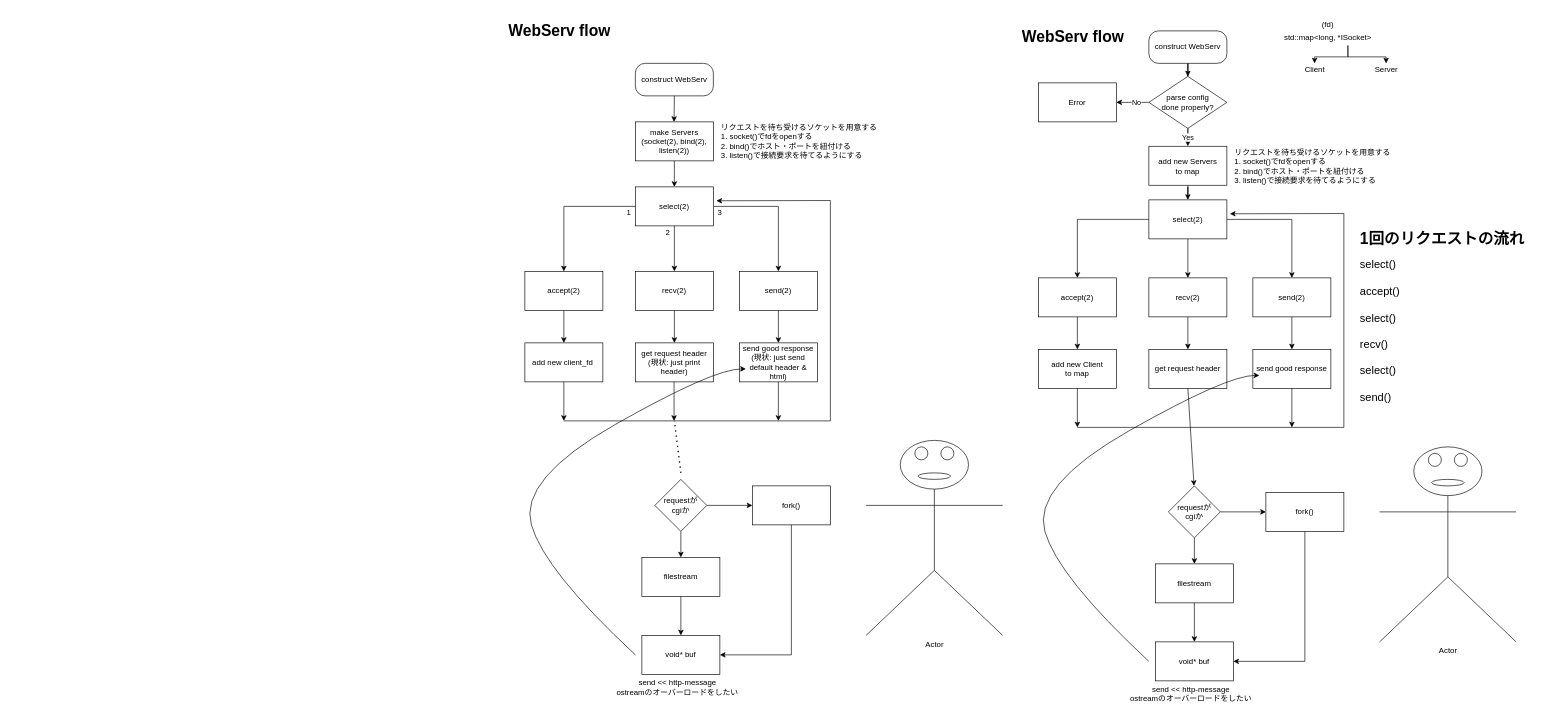
The draw.io diagram page "ページ2" (2 of 2) of docs/flow.dio in tkomatsu/webserv, before the edit. Source tidied: cells renumbered, new cells numbered last; positions are measured from the earlier drawing's top-left corner, leaving out a move shared by most shapes. Both pictures are drawn from the tidied source at 65%, with x=0, y=0 at pixel (11, 18).
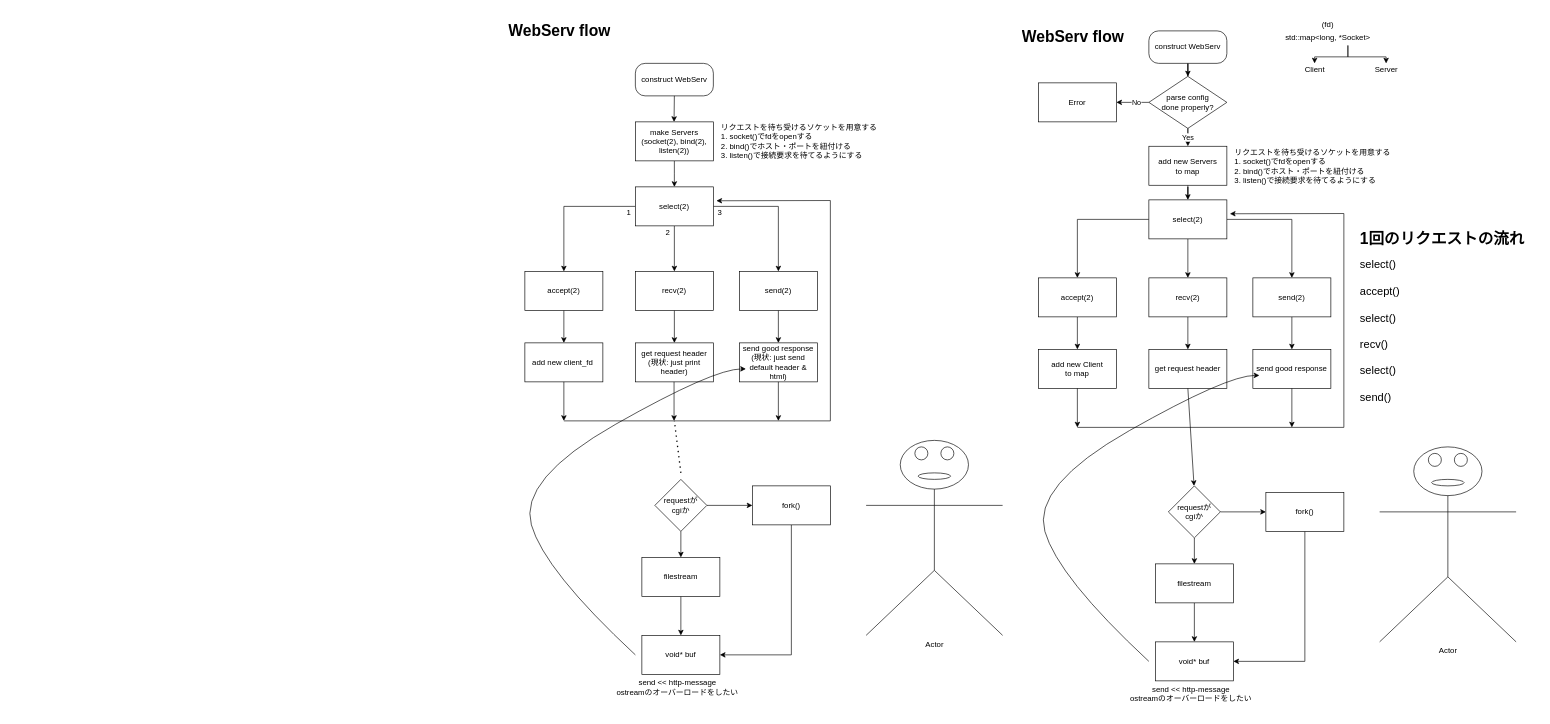
The same diagram, later.

Change to the diagram source:
```diff
@@
-    <mxCell id="85" value="std::map&amp;lt;long, *ISocket&amp;gt;" style="text;html=1;align=center;verticalAlign=middle;points=[];strokeColor=none;" parent="1" vertex="1">
+    <mxCell id="85" value="std::map&amp;lt;long, *Socket&amp;gt;" style="text;html=1;align=center;verticalAlign=middle;points=[];strokeColor=none;" parent="1" vertex="1">
       <mxGeometry x="1950" y="20" width="150" height="20" as="geometry" />
     </mxCell>
```
